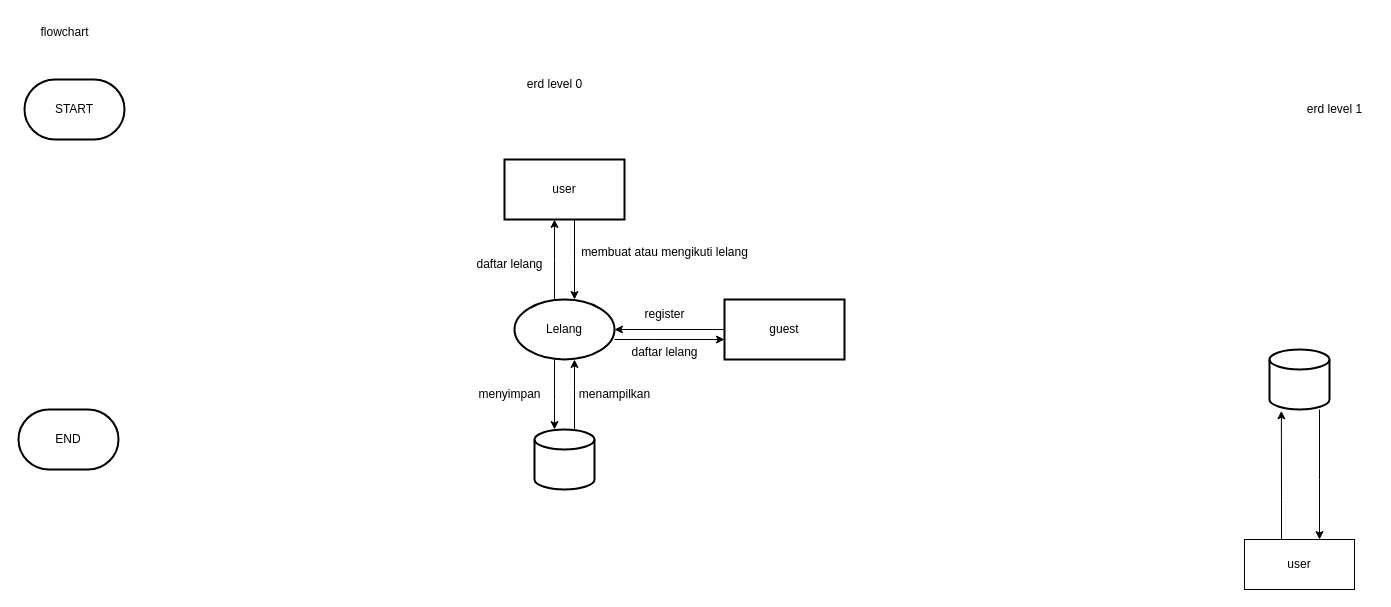
Above: page "dfd level 0" (1 of 3) of erd.drawio in ujangPNG/tugas-besar-laravel (draw.io), before the change. Source tidied: cells renumbered, new cells numbered last; positions are measured from the earlier drawing's top-left corner, leaving out a move shared by most shapes. Both pictures are drawn from the tidied source at 100%, with x=0, y=0 at pixel (18, 17).
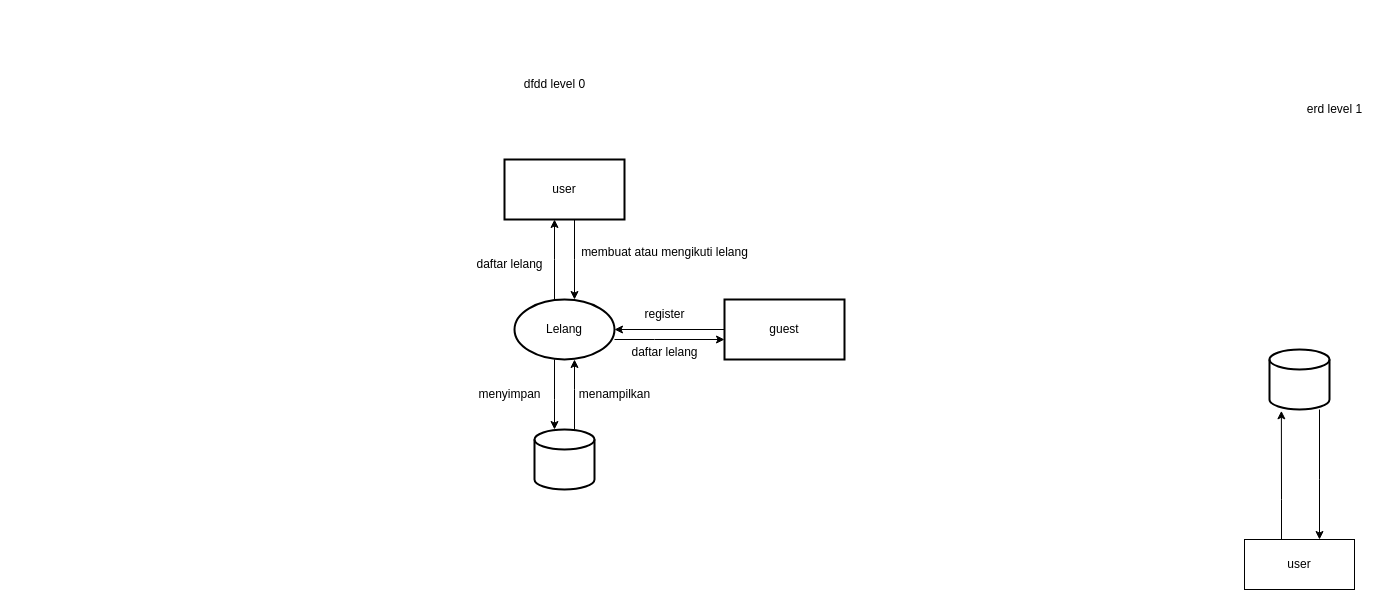
Above is the later version.

Change to the diagram source:
```diff
@@
-    <mxCell id="2" value="START" style="strokeWidth=2;html=1;shape=mxgraph.flowchart.terminator;whiteSpace=wrap;" parent="1" vertex="1">
-      <mxGeometry x="6" y="62" width="100" height="60" as="geometry" />
-    </mxCell>
-    <mxCell id="3" value="END" style="strokeWidth=2;html=1;shape=mxgraph.flowchart.terminator;whiteSpace=wrap;" parent="1" vertex="1">
-      <mxGeometry y="392" width="100" height="60" as="geometry" />
-    </mxCell>
-    <mxCell id="4" value="flowchart" style="text;html=1;align=center;verticalAlign=middle;strokeColor=none;fillColor=none;" parent="1" vertex="1">
-      <mxGeometry x="11" width="70" height="30" as="geometry" />
-    </mxCell>
-    <mxCell id="5" value="erd level 0" style="text;html=1;align=center;verticalAlign=middle;strokeColor=none;fillColor=none;" parent="1" vertex="1">
+    <mxCell id="5" value="dfdd level 0" style="text;html=1;align=center;verticalAlign=middle;strokeColor=none;fillColor=none;" parent="1" vertex="1">
       <mxGeometry x="496" y="52" width="80" height="30" as="geometry" />
     </mxCell>
```
